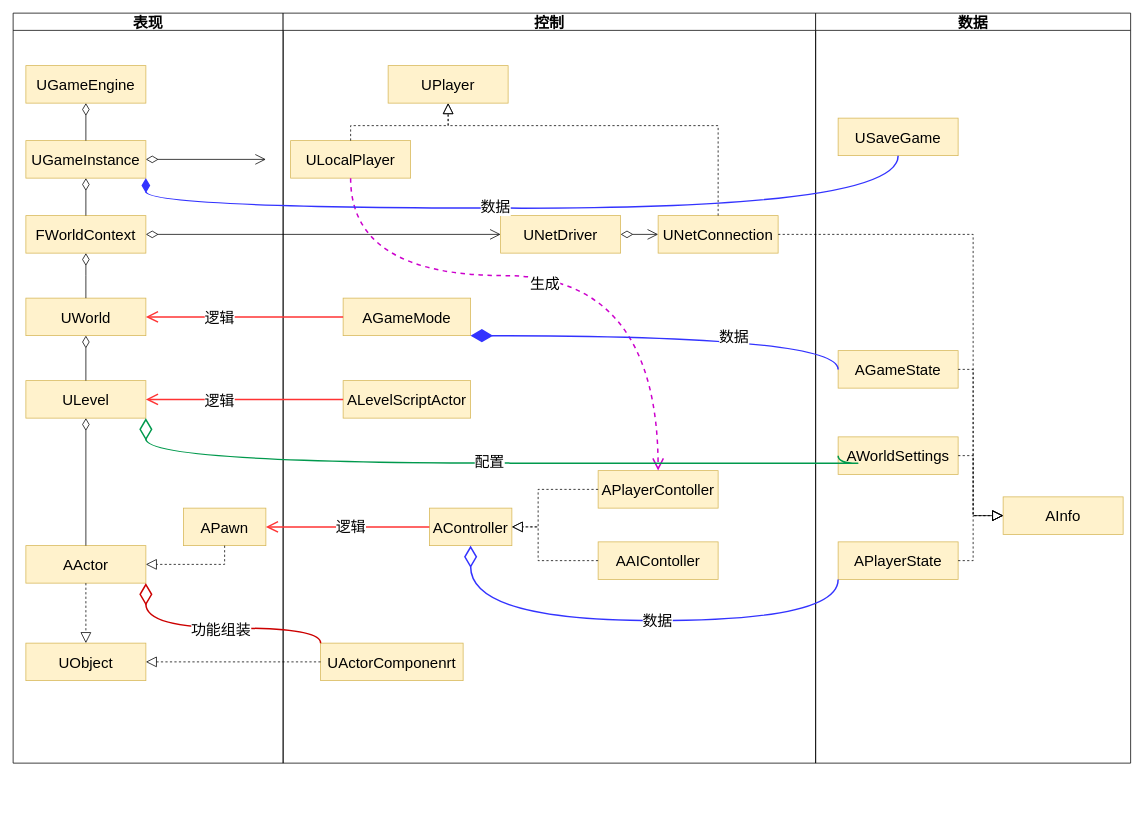
kwhitestone/drawio keeps this draw.io diagram as UE.drawio. Above is the earlier version. Source tidied: cells renumbered, new cells numbered last; positions are measured from the earlier drawing's top-left corner, leaving out a move shared by most shapes. Both pictures are drawn from the tidied source at 75%, with x=0, y=0 at pixel (13, 13).
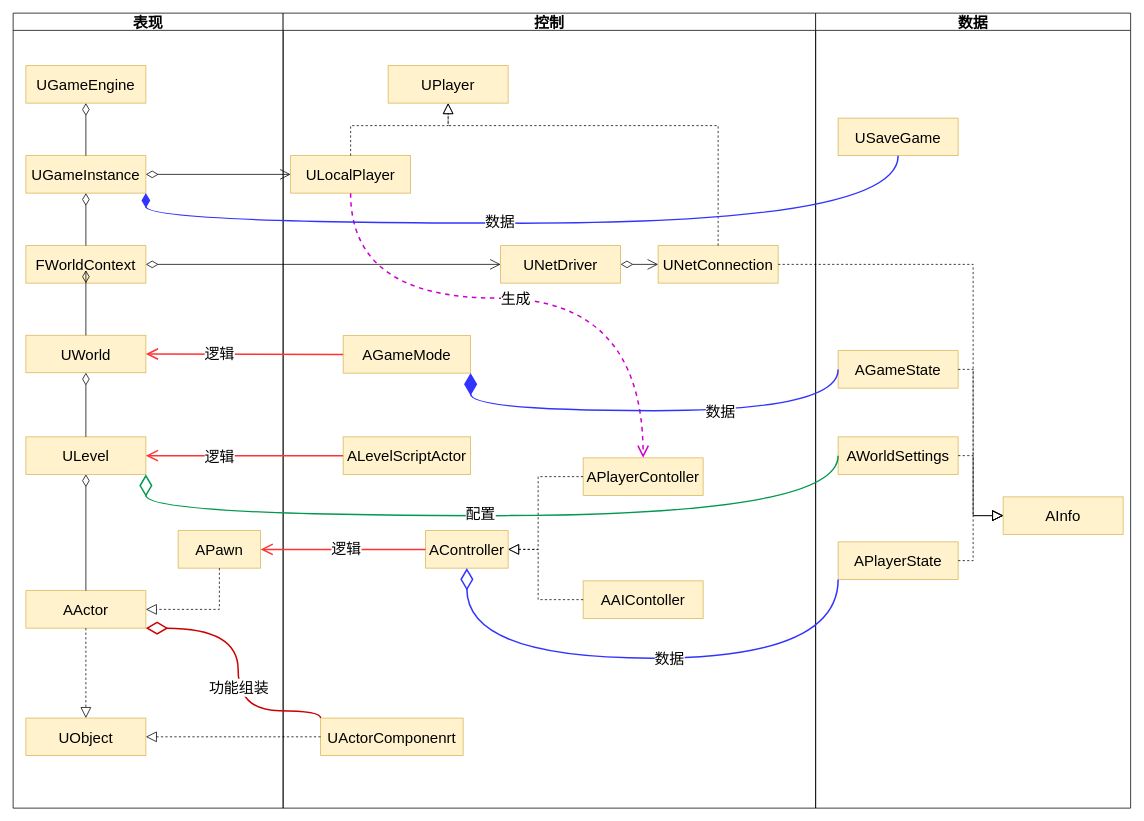
After the change.

The change refers to these unchanged cells:
```xml
<mxCell id="36" value="USaveGame" style="html=1;whiteSpace=wrap;fontSize=20;fillColor=#fff2cc;strokeColor=#d6b656;" parent="35" vertex="1">
  <mxGeometry x="30" y="140" width="160" height="50" as="geometry" />
</mxCell>
<mxCell id="37" value="AGameState" style="html=1;whiteSpace=wrap;fontSize=20;fillColor=#fff2cc;strokeColor=#d6b656;" parent="35" vertex="1">
  <mxGeometry x="30" y="450" width="160" height="50" as="geometry" />
</mxCell>
<mxCell id="38" value="AWorldSettings" style="html=1;whiteSpace=wrap;fontSize=20;fillColor=#fff2cc;strokeColor=#d6b656;" parent="35" vertex="1">
  <mxGeometry x="30" y="565" width="160" height="50" as="geometry" />
</mxCell>
<mxCell id="39" value="APlayerState" style="html=1;whiteSpace=wrap;fontSize=20;fillColor=#fff2cc;strokeColor=#d6b656;" parent="35" vertex="1">
  <mxGeometry x="30" y="705" width="160" height="50" as="geometry" />
</mxCell>
<mxCell id="40" value="AInfo" style="html=1;whiteSpace=wrap;fontSize=20;fillColor=#fff2cc;strokeColor=#d6b656;" parent="35" vertex="1">
  <mxGeometry x="250" y="645" width="160" height="50" as="geometry" />
</mxCell>
```

What changed in the source:
```diff
@@
     <mxCell id="2" value="表现" style="swimlane;whiteSpace=wrap;html=1;fontSize=20;" parent="1" vertex="1">
-      <mxGeometry width="360" height="1000" as="geometry" />
+      <mxGeometry width="360" height="1060" as="geometry" />
     </mxCell>
@@
     <mxCell id="4" value="UGameInstance" style="html=1;whiteSpace=wrap;fontSize=20;fillColor=#fff2cc;strokeColor=#d6b656;" parent="2" vertex="1">
-      <mxGeometry x="17" y="170" width="160" height="50" as="geometry" />
+      <mxGeometry x="17" y="190" width="160" height="50" as="geometry" />
     </mxCell>
     <mxCell id="5" value="FWorldContext" style="html=1;whiteSpace=wrap;fontSize=20;fillColor=#fff2cc;strokeColor=#d6b656;" parent="2" vertex="1">
-      <mxGeometry x="17" y="270" width="160" height="50" as="geometry" />
+      <mxGeometry x="17" y="310" width="160" height="50" as="geometry" />
     </mxCell>
     <mxCell id="6" value="UWorld" style="html=1;whiteSpace=wrap;fontSize=20;fillColor=#fff2cc;strokeColor=#d6b656;" parent="2" vertex="1">
-      <mxGeometry x="17" y="380" width="160" height="50" as="geometry" />
+      <mxGeometry x="17" y="429.5" width="160" height="50" as="geometry" />
     </mxCell>
     <mxCell id="7" value="ULevel" style="html=1;whiteSpace=wrap;fontSize=20;fillColor=#fff2cc;strokeColor=#d6b656;" parent="2" vertex="1">
-      <mxGeometry x="17" y="490" width="160" height="50" as="geometry" />
+      <mxGeometry x="17" y="565" width="160" height="50" as="geometry" />
     </mxCell>
     <mxCell id="8" value="APawn" style="html=1;whiteSpace=wrap;fontSize=20;fillColor=#fff2cc;strokeColor=#d6b656;" parent="2" vertex="1">
-      <mxGeometry x="227" y="660" width="110" height="50" as="geometry" />
+      <mxGeometry x="220" y="690" width="110" height="50" as="geometry" />
     </mxCell>
     <mxCell id="9" value="AActor" style="html=1;whiteSpace=wrap;fontSize=20;fillColor=#fff2cc;strokeColor=#d6b656;" parent="2" vertex="1">
-      <mxGeometry x="17" y="710" width="160" height="50" as="geometry" />
+      <mxGeometry x="17" y="770" width="160" height="50" as="geometry" />
     </mxCell>
     <mxCell id="10" value="UObject" style="html=1;whiteSpace=wrap;fontSize=20;fillColor=#fff2cc;strokeColor=#d6b656;" parent="2" vertex="1">
-      <mxGeometry x="17" y="840" width="160" height="50" as="geometry" />
+      <mxGeometry x="17" y="939.9" width="160" height="50" as="geometry" />
     </mxCell>
@@
     <mxCell id="17" style="endArrow=block;dashed=1;endFill=0;endSize=12;html=1;rounded=0;entryX=1;entryY=0.5;entryDx=0;entryDy=0;exitX=0.5;exitY=1;exitDx=0;exitDy=0;fontSize=20;" parent="2" edge="1" source="8" target="9">
       <mxGeometry relative="1" as="geometry">
         <Array as="points">
-          <mxPoint x="282" y="735" />
+          <mxPoint x="275" y="795" />
         </Array>
       </mxGeometry>
     </mxCell>
     <mxCell id="18" value="控制" style="swimlane;whiteSpace=wrap;html=1;fontSize=20;" parent="1" vertex="1">
-      <mxGeometry x="360" width="710" height="1000" as="geometry" />
+      <mxGeometry x="360" width="710" height="1060" as="geometry" />
     </mxCell>
@@
     <mxCell id="20" value="ULocalPlayer" style="html=1;whiteSpace=wrap;fontSize=20;fillColor=#fff2cc;strokeColor=#d6b656;" parent="18" vertex="1">
-      <mxGeometry x="10" y="170" width="160" height="50" as="geometry" />
+      <mxGeometry x="10" y="190" width="160" height="50" as="geometry" />
     </mxCell>
     <mxCell id="21" value="UNetDriver" style="html=1;whiteSpace=wrap;fontSize=20;fillColor=#fff2cc;strokeColor=#d6b656;" parent="18" vertex="1">
-      <mxGeometry x="290" y="270" width="160" height="50" as="geometry" />
+      <mxGeometry x="290" y="310" width="160" height="50" as="geometry" />
     </mxCell>
     <mxCell id="22" value="UNetConnection" style="html=1;whiteSpace=wrap;fontSize=20;fillColor=#fff2cc;strokeColor=#d6b656;" parent="18" vertex="1">
-      <mxGeometry x="500" y="270" width="160" height="50" as="geometry" />
+      <mxGeometry x="500" y="310" width="160" height="50" as="geometry" />
     </mxCell>
@@
     <mxCell id="26" value="AGameMode" style="html=1;whiteSpace=wrap;fontSize=20;fillColor=#fff2cc;strokeColor=#d6b656;" parent="18" vertex="1">
-      <mxGeometry x="80" y="380" width="170" height="50" as="geometry" />
+      <mxGeometry x="80" y="430" width="170" height="50" as="geometry" />
     </mxCell>
     <mxCell id="27" value="ALevelScriptActor" style="html=1;whiteSpace=wrap;fontSize=20;fillColor=#fff2cc;strokeColor=#d6b656;" parent="18" vertex="1">
-      <mxGeometry x="80" y="490" width="170" height="50" as="geometry" />
+      <mxGeometry x="80" y="565" width="170" height="50" as="geometry" />
     </mxCell>
     <mxCell id="28" value="AController" style="html=1;whiteSpace=wrap;fontSize=20;fillColor=#fff2cc;strokeColor=#d6b656;" parent="18" vertex="1">
-      <mxGeometry x="195" y="660" width="110" height="50" as="geometry" />
+      <mxGeometry x="190" y="690" width="110" height="50" as="geometry" />
     </mxCell>
     <mxCell id="29" value="APlayerContoller" style="html=1;whiteSpace=wrap;fontSize=20;fillColor=#fff2cc;strokeColor=#d6b656;" parent="18" vertex="1">
-      <mxGeometry x="420" y="610" width="160" height="50" as="geometry" />
+      <mxGeometry x="400" y="593" width="160" height="50" as="geometry" />
     </mxCell>
     <mxCell id="30" value="AAIContoller" style="html=1;whiteSpace=wrap;fontSize=20;fillColor=#fff2cc;strokeColor=#d6b656;" parent="18" vertex="1">
-      <mxGeometry x="420" y="705" width="160" height="50" as="geometry" />
+      <mxGeometry x="400" y="757" width="160" height="50" as="geometry" />
     </mxCell>
-    <mxCell id="31" style="endArrow=block;dashed=1;endFill=0;endSize=12;html=1;rounded=0;exitX=0;exitY=0.5;exitDx=0;exitDy=0;entryX=1;entryY=0.5;entryDx=0;entryDy=0;fontSize=20;" parent="18" edge="1" source="29" target="28">
+    <mxCell id="31" style="endArrow=block;dashed=1;endFill=0;endSize=12;html=1;rounded=0;exitX=0;exitY=0.5;exitDx=0;exitDy=0;fontSize=20;entryX=1;entryY=0.5;entryDx=0;entryDy=0;" parent="18" edge="1" source="29" target="28">
       <mxGeometry relative="1" as="geometry">
         <Array as="points">
-          <mxPoint x="340" y="635" />
-          <mxPoint x="340" y="685" />
+          <mxPoint x="340" y="618" />
+          <mxPoint x="340" y="715" />
         </Array>
       </mxGeometry>
     </mxCell>
     <mxCell id="32" style="endArrow=block;dashed=1;endFill=0;endSize=12;html=1;rounded=0;exitX=0;exitY=0.5;exitDx=0;exitDy=0;entryX=1;entryY=0.5;entryDx=0;entryDy=0;fontSize=20;" parent="18" edge="1" source="30" target="28">
       <mxGeometry relative="1" as="geometry">
         <Array as="points">
-          <mxPoint x="340" y="730" />
-          <mxPoint x="340" y="685" />
+          <mxPoint x="340" y="782" />
+          <mxPoint x="340" y="715" />
         </Array>
       </mxGeometry>
     </mxCell>
     <mxCell id="33" value="UActorComponenrt" style="html=1;whiteSpace=wrap;fontSize=20;fillColor=#fff2cc;strokeColor=#d6b656;" parent="18" vertex="1">
-      <mxGeometry x="50" y="840" width="190" height="50" as="geometry" />
+      <mxGeometry x="50" y="939.9" width="190" height="50" as="geometry" />
     </mxCell>
     <mxCell id="34" value="生成" style="endArrow=open;endSize=12;dashed=1;html=1;rounded=0;exitX=0.5;exitY=1;exitDx=0;exitDy=0;entryX=0.5;entryY=0;entryDx=0;entryDy=0;fontSize=20;edgeStyle=orthogonalEdgeStyle;curved=1;strokeColor=#CC00CC;strokeWidth=2;" parent="18" edge="1" source="20" target="29">
-      <mxGeometry x="-0.03" y="-10" relative="1" as="geometry">
+      <mxGeometry x="-0.03" relative="1" as="geometry">
         <Array as="points">
-          <mxPoint x="90" y="350" />
-          <mxPoint x="500" y="350" />
+          <mxPoint x="90" y="380" />
+          <mxPoint x="480" y="380" />
         </Array>
-        <mxPoint x="1" as="offset" />
       </mxGeometry>
     </mxCell>
     <mxCell id="35" value="数据" style="swimlane;whiteSpace=wrap;html=1;fontSize=20;startSize=23;" parent="1" vertex="1">
-      <mxGeometry x="1070" width="420" height="1000" as="geometry" />
+      <mxGeometry x="1070" width="420" height="1060" as="geometry" />
     </mxCell>
@@
-    <mxCell id="44" style="endArrow=open;html=1;endSize=12;startArrow=diamondThin;startSize=14;startFill=0;align=left;verticalAlign=bottom;rounded=0;exitX=1;exitY=0.5;exitDx=0;exitDy=0;entryX=0;entryY=0.5;entryDx=0;entryDy=0;fontSize=20;" parent="1" edge="1" source="4">
-      <mxGeometry x="-0.2" y="10" relative="1" as="geometry">
-        <mxPoint x="337" y="195" as="targetPoint" />
-      </mxGeometry>
+    <mxCell id="44" style="endArrow=open;html=1;endSize=12;startArrow=diamondThin;startSize=14;startFill=0;align=left;verticalAlign=bottom;rounded=0;exitX=1;exitY=0.5;exitDx=0;exitDy=0;entryX=0;entryY=0.5;entryDx=0;entryDy=0;fontSize=20;" parent="1" edge="1" source="4" target="20">
+      <mxGeometry x="-0.2" y="10" relative="1" as="geometry" />
     </mxCell>
@@
     <mxCell id="53" style="endArrow=block;dashed=1;endFill=0;endSize=12;html=1;rounded=0;exitX=1;exitY=0.5;exitDx=0;exitDy=0;entryX=0;entryY=0.5;entryDx=0;entryDy=0;fontSize=20;" parent="1" edge="1" source="22" target="40">
       <mxGeometry relative="1" as="geometry">
         <Array as="points">
-          <mxPoint x="1280" y="295" />
+          <mxPoint x="1280" y="335" />
           <mxPoint x="1280" y="670" />
         </Array>
       </mxGeometry>
     </mxCell>
     <mxCell id="54" style="endArrow=none;html=1;endSize=12;startArrow=diamondThin;startSize=14;startFill=1;edgeStyle=orthogonalEdgeStyle;align=left;verticalAlign=bottom;rounded=0;exitX=1;exitY=1;exitDx=0;exitDy=0;curved=1;fontSize=20;strokeColor=#3333FF;strokeWidth=2;endFill=0;" parent="1" edge="1" source="4" target="36">
       <mxGeometry x="-1" y="3" relative="1" as="geometry">
         <Array as="points">
-          <mxPoint x="177" y="260" />
-          <mxPoint x="1180" y="260" />
+          <mxPoint x="177" y="280" />
+          <mxPoint x="1180" y="280" />
         </Array>
       </mxGeometry>
     </mxCell>
@@
     <mxCell id="56" style="endArrow=diamondThin;endFill=1;endSize=24;html=1;rounded=0;entryX=1;entryY=1;entryDx=0;entryDy=0;exitX=0;exitY=0.5;exitDx=0;exitDy=0;edgeStyle=orthogonalEdgeStyle;curved=1;fontSize=20;strokeColor=#3333FF;strokeWidth=2;" parent="1" edge="1" source="37" target="26">
       <mxGeometry relative="1" as="geometry">
         <Array as="points">
-          <mxPoint x="1100" y="430" />
+          <mxPoint x="1100" y="530" />
+          <mxPoint x="610" y="530" />
         </Array>
       </mxGeometry>
     </mxCell>
@@
     <mxCell id="58" style="endArrow=diamondThin;endFill=0;endSize=24;html=1;rounded=0;entryX=1;entryY=1;entryDx=0;entryDy=0;exitX=0;exitY=0.5;exitDx=0;exitDy=0;edgeStyle=orthogonalEdgeStyle;curved=1;fontSize=20;strokeColor=#00994D;strokeWidth=2;" parent="1" edge="1" source="38" target="7">
       <mxGeometry relative="1" as="geometry">
         <Array as="points">
-          <mxPoint x="1150" y="600" />
-          <mxPoint x="180" y="600" />
+          <mxPoint x="1100" y="670" />
+          <mxPoint x="177" y="670" />
         </Array>
       </mxGeometry>
     </mxCell>
@@
     <mxCell id="60" style="endArrow=diamondThin;endFill=0;endSize=24;html=1;rounded=0;entryX=0.5;entryY=1;entryDx=0;entryDy=0;exitX=0;exitY=1;exitDx=0;exitDy=0;edgeStyle=orthogonalEdgeStyle;curved=1;fontSize=20;strokeColor=#3333FF;strokeWidth=2;" parent="1" edge="1" source="39" target="28">
       <mxGeometry relative="1" as="geometry">
         <Array as="points">
-          <mxPoint x="1100" y="810" />
-          <mxPoint x="610" y="810" />
+          <mxPoint x="1100" y="860" />
+          <mxPoint x="605" y="860" />
         </Array>
       </mxGeometry>
     </mxCell>
@@
     <mxCell id="62" style="endArrow=diamondThin;endFill=0;endSize=24;html=1;rounded=0;entryX=1;entryY=1;entryDx=0;entryDy=0;exitX=0;exitY=0;exitDx=0;exitDy=0;edgeStyle=orthogonalEdgeStyle;curved=1;fontSize=20;strokeColor=#CC0000;strokeWidth=2;" parent="1" edge="1" source="33" target="9">
       <mxGeometry relative="1" as="geometry">
         <Array as="points">
-          <mxPoint x="410" y="820" />
-          <mxPoint x="177" y="820" />
+          <mxPoint x="410" y="930" />
+          <mxPoint x="300" y="930" />
+          <mxPoint x="300" y="820" />
         </Array>
       </mxGeometry>
     </mxCell>
     <mxCell id="63" value="功能组装" style="edgeLabel;html=1;align=center;verticalAlign=middle;fontSize=20;" parent="62" vertex="1">
       <mxGeometry x="-0.16" y="3" relative="1" as="geometry">
-        <mxPoint x="-23" y="-3" as="offset" />
+        <mxPoint x="3" y="-3" as="offset" />
       </mxGeometry>
     </mxCell>
```
